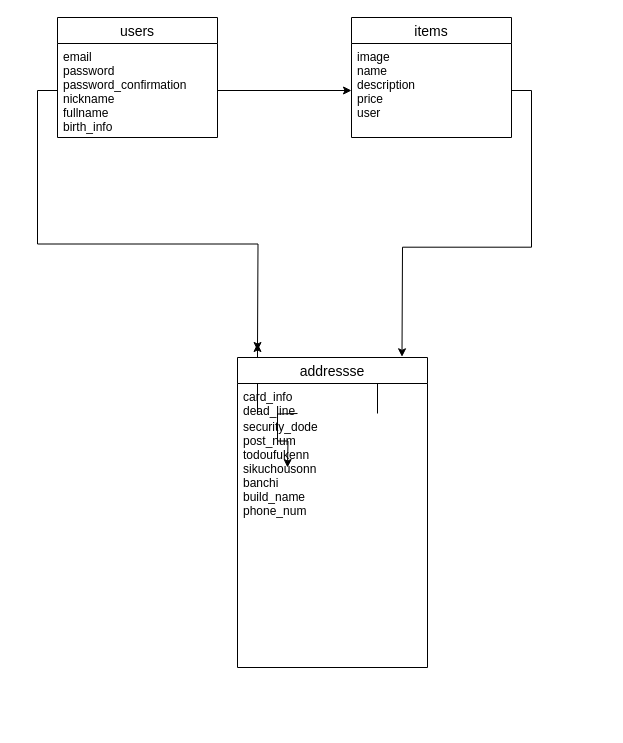
Earlier version of the draw.io diagram test.dio (urayuuki/furima-32857). Source tidied: cells renumbered, new cells numbered last; positions are measured from the earlier drawing's top-left corner, leaving out a move shared by most shapes. Both pictures are drawn from the tidied source at 100%, with x=0, y=0 at pixel (57, 17).
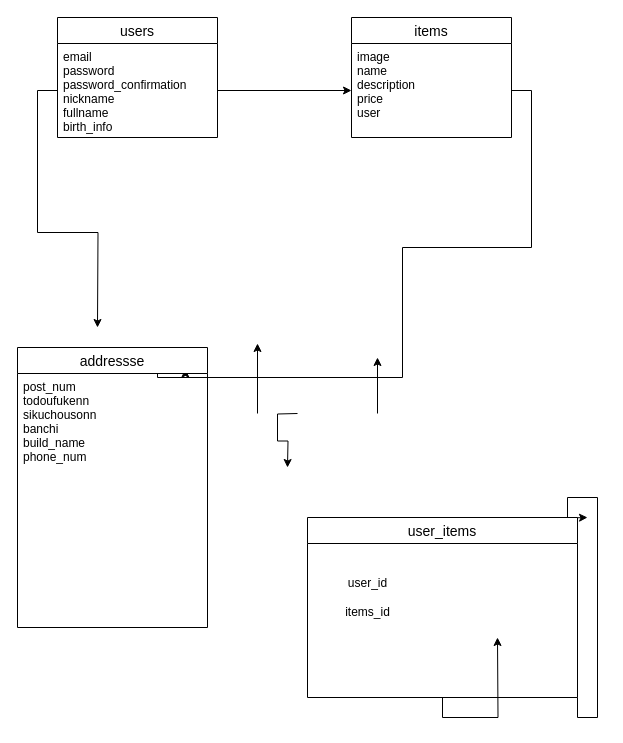
Above is the later version.

The change refers to these unchanged cells:
```xml
<mxCell id="3" value="email&#10;password&#10;password_confirmation&#10;nickname&#10;fullname&#10;birth_info" style="text;strokeColor=none;fillColor=none;spacingLeft=4;spacingRight=4;overflow=hidden;points=[[0,0.5],[1,0.5]];portConstraint=eastwest;fontSize=12;fontStyle=0;" parent="2" vertex="1">
  <mxGeometry y="26" width="160" height="94" as="geometry" />
</mxCell>
<mxCell id="5" value="image&#10;name&#10;description&#10;price&#10;user" style="text;strokeColor=none;fillColor=none;spacingLeft=4;spacingRight=4;overflow=hidden;points=[[0,0.5],[1,0.5]];portConstraint=eastwest;fontSize=12;" parent="4" vertex="1">
  <mxGeometry y="26" width="160" height="94" as="geometry" />
</mxCell>
```

What changed in the source:
```diff
@@
-    <mxCell id="10" style="edgeStyle=orthogonalEdgeStyle;rounded=0;jettySize=auto;html=1;exitX=1;exitY=0.5;exitDx=0;exitDy=0;entryX=0.903;entryY=-0.012;entryDx=0;entryDy=0;entryPerimeter=0;" parent="1" edge="1" source="5">
+    <mxCell id="10" style="edgeStyle=orthogonalEdgeStyle;rounded=0;jettySize=auto;html=1;exitX=1;exitY=0.5;exitDx=0;exitDy=0;entryX=0.883;entryY=0.077;entryDx=0;entryDy=0;entryPerimeter=0;" parent="1" edge="1" source="5" target="12">
       <mxGeometry relative="1" as="geometry">
-        <mxPoint x="344.5" y="339.3" as="targetPoint" />
+        <Array as="points">
+          <mxPoint x="474" y="73" />
+          <mxPoint x="474" y="230" />
+          <mxPoint x="345" y="230" />
+          <mxPoint x="345" y="360" />
+          <mxPoint x="100" y="360" />
+          <mxPoint x="100" y="354" />
+        </Array>
       </mxGeometry>
     </mxCell>
-    <mxCell id="11" style="edgeStyle=orthogonalEdgeStyle;rounded=0;jettySize=auto;html=1;exitX=0;exitY=0.5;exitDx=0;exitDy=0;entryX=0;entryY=0.5;entryDx=0;entryDy=0;" parent="1" edge="1" source="3">
+    <mxCell id="11" style="edgeStyle=orthogonalEdgeStyle;rounded=0;jettySize=auto;html=1;exitX=0;exitY=0.5;exitDx=0;exitDy=0;" parent="1" edge="1" source="3">
       <mxGeometry relative="1" as="geometry">
-        <mxPoint x="200" y="333" as="targetPoint" />
+        <mxPoint x="40" y="310" as="targetPoint" />
       </mxGeometry>
     </mxCell>
     <mxCell id="12" value="addressse" style="swimlane;fontStyle=0;horizontal=1;startSize=26;align=center;fontSize=14;" parent="1" vertex="1">
-      <mxGeometry x="180" y="340" width="190" height="310" as="geometry" />
+      <mxGeometry x="-40" y="330" width="190" height="280" as="geometry" />
     </mxCell>
-    <mxCell id="13" value="card_info&#10;dead_line&#10;" style="text;strokeColor=none;fillColor=none;spacingLeft=4;spacingRight=4;overflow=hidden;fontSize=12;" parent="12" vertex="1">
-      <mxGeometry y="26" width="190" height="30" as="geometry" />
-    </mxCell>
-    <mxCell id="14" value="security_dode&#10;post_num&#10;todoufukenn&#10;sikuchousonn&#10;banchi&#10;build_name&#10;phone_num" style="text;strokeColor=none;fillColor=none;spacingLeft=4;spacingRight=4;overflow=hidden;fontSize=12;" parent="12" vertex="1">
-      <mxGeometry y="56" width="190" height="254" as="geometry" />
+    <mxCell id="14" value="post_num&#10;todoufukenn&#10;sikuchousonn&#10;banchi&#10;build_name&#10;phone_num" style="text;strokeColor=none;fillColor=none;spacingLeft=4;spacingRight=4;overflow=hidden;fontSize=12;" parent="12" vertex="1">
+      <mxGeometry y="26" width="190" height="254" as="geometry" />
     </mxCell>
+    <mxCell id="15" style="edgeStyle=orthogonalEdgeStyle;rounded=0;jettySize=auto;html=1;exitX=1;exitY=1;exitDx=0;exitDy=0;" parent="1" edge="1" source="17">
+      <mxGeometry relative="1" as="geometry">
+        <mxPoint x="530" y="500" as="targetPoint" />
+      </mxGeometry>
+    </mxCell>
+    <mxCell id="16" style="edgeStyle=orthogonalEdgeStyle;rounded=0;jettySize=auto;html=1;exitX=0.5;exitY=1;exitDx=0;exitDy=0;" parent="1" edge="1" source="17">
+      <mxGeometry relative="1" as="geometry">
+        <mxPoint x="440" y="620" as="targetPoint" />
+      </mxGeometry>
+    </mxCell>
+    <mxCell id="17" value="user_items" style="swimlane;fontStyle=0;horizontal=1;startSize=26;align=center;fontSize=14;" parent="1" vertex="1">
+      <mxGeometry x="250" y="500" width="270" height="180" as="geometry" />
+    </mxCell>
+    <mxCell id="18" value="user_id&lt;br&gt;&lt;br&gt;items_id" style="text;html=1;align=center;verticalAlign=middle;" parent="1" vertex="1">
+      <mxGeometry x="280" y="555" width="60" height="50" as="geometry" />
+    </mxCell>
```
